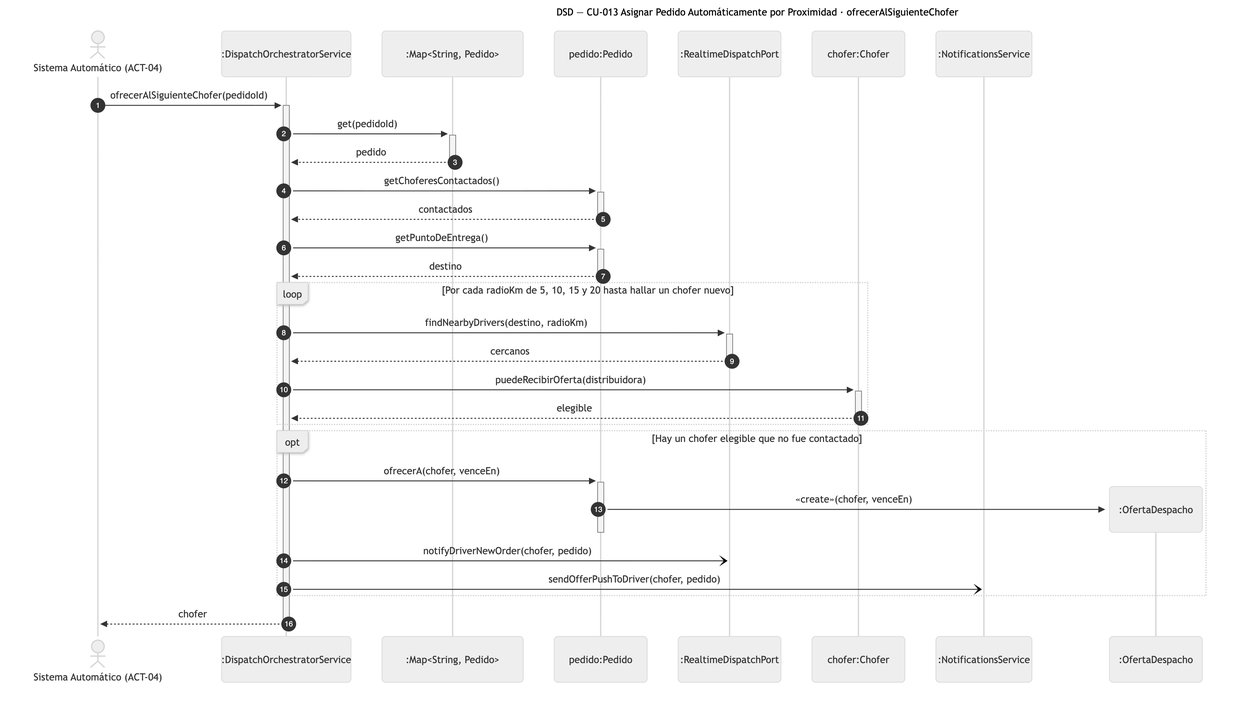
Nahuelito-Dev/splg-docs keeps this Mermaid diagram as diagramas/png/DSD_CU-013_ofrecerAlSiguienteChofer.png. Above is the earlier version. Its source is kept beside it as diagramas/DSD_CU-013_ofrecerAlSiguienteChofer.mmd. Its diagram source:
```mermaid
sequenceDiagram
    title DSD — CU-013 Asignar Pedido Automáticamente por Proximidad · ofrecerAlSiguienteChofer
    autonumber
    actor SIS as Sistema Automático (ACT-04)
    participant SRV as :DispatchOrchestratorService
    participant PEDS as :Map#lt;String, Pedido#gt;
    participant PED as pedido:Pedido
    participant RT as :RealtimeDispatchPort
    participant CHO as chofer:Chofer
    participant NOT as :NotificationsService

    SIS->>+SRV: ofrecerAlSiguienteChofer(pedidoId)
    SRV->>+PEDS: get(pedidoId)
    PEDS-->>-SRV: pedido
    SRV->>+PED: getChoferesContactados()
    PED-->>-SRV: contactados
    SRV->>+PED: getPuntoDeEntrega()
    PED-->>-SRV: destino
    loop Por cada radioKm de 5, 10, 15 y 20 hasta hallar un chofer nuevo
        SRV->>+RT: findNearbyDrivers(destino, radioKm)
        RT-->>-SRV: cercanos
        SRV->>+CHO: puedeRecibirOferta(distribuidora)
        CHO-->>-SRV: elegible
    end
    opt Hay un chofer elegible que no fue contactado
        SRV->>+PED: ofrecerA(chofer, venceEn)
        create participant OFE as :OfertaDespacho
        PED->>OFE: «create»(chofer, venceEn)
        deactivate PED
        SRV-)RT: notifyDriverNewOrder(chofer, pedido)
        SRV-)NOT: sendOfferPushToDriver(chofer, pedido)
    end
    SRV-->>-SIS: chofer
```
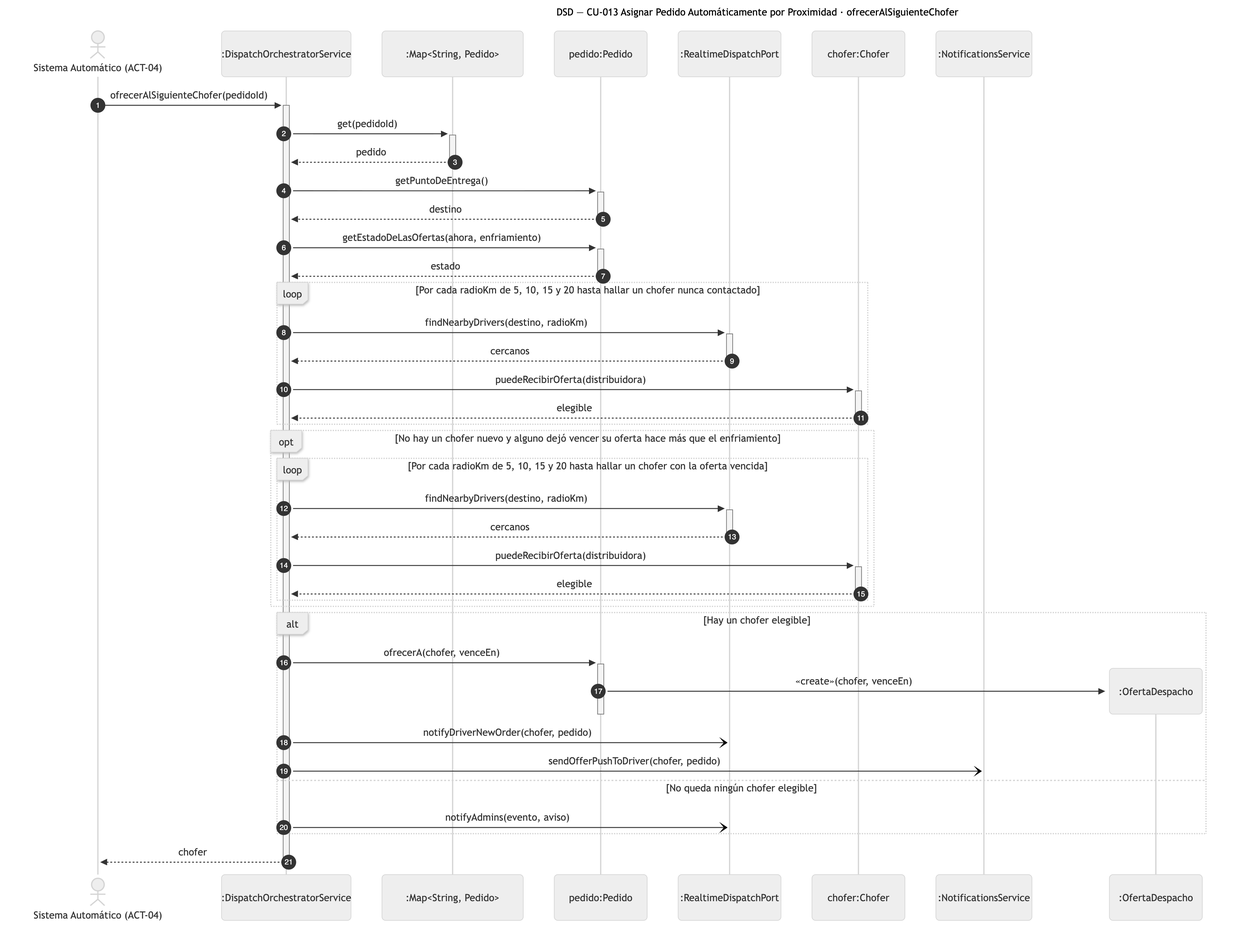
The same diagram one commit later.

Change to the diagram source:
```diff
@@ -12,22 +12,32 @@
     SIS->>+SRV: ofrecerAlSiguienteChofer(pedidoId)
     SRV->>+PEDS: get(pedidoId)
     PEDS-->>-SRV: pedido
-    SRV->>+PED: getChoferesContactados()
-    PED-->>-SRV: contactados
     SRV->>+PED: getPuntoDeEntrega()
     PED-->>-SRV: destino
-    loop Por cada radioKm de 5, 10, 15 y 20 hasta hallar un chofer nuevo
+    SRV->>+PED: getEstadoDeLasOfertas(ahora, enfriamiento)
+    PED-->>-SRV: estado
+    loop Por cada radioKm de 5, 10, 15 y 20 hasta hallar un chofer nunca contactado
         SRV->>+RT: findNearbyDrivers(destino, radioKm)
         RT-->>-SRV: cercanos
         SRV->>+CHO: puedeRecibirOferta(distribuidora)
         CHO-->>-SRV: elegible
     end
-    opt Hay un chofer elegible que no fue contactado
+    opt No hay un chofer nuevo y alguno dejó vencer su oferta hace más que el enfriamiento
+        loop Por cada radioKm de 5, 10, 15 y 20 hasta hallar un chofer con la oferta vencida
+            SRV->>+RT: findNearbyDrivers(destino, radioKm)
+            RT-->>-SRV: cercanos
+            SRV->>+CHO: puedeRecibirOferta(distribuidora)
+            CHO-->>-SRV: elegible
+        end
+    end
+    alt Hay un chofer elegible
         SRV->>+PED: ofrecerA(chofer, venceEn)
         create participant OFE as :OfertaDespacho
         PED->>OFE: «create»(chofer, venceEn)
         deactivate PED
         SRV-)RT: notifyDriverNewOrder(chofer, pedido)
         SRV-)NOT: sendOfferPushToDriver(chofer, pedido)
+    else No queda ningún chofer elegible
+        SRV-)RT: notifyAdmins(evento, aviso)
     end
     SRV-->>-SIS: chofer
```
